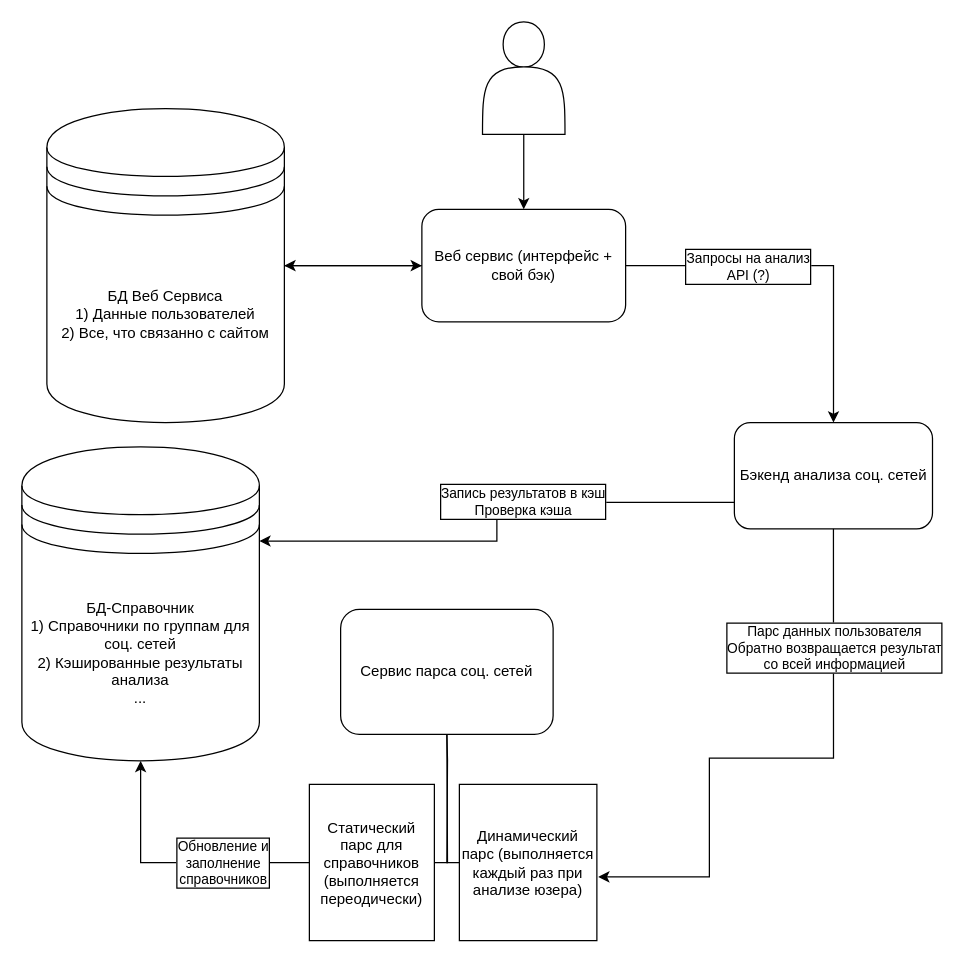
DCDsqd/ldt-sakha-solution-2023 keeps this draw.io diagram as drawio/architecture.drawio. Above is the earlier version. Source tidied: cells renumbered, new cells numbered last; positions are measured from the earlier drawing's top-left corner, leaving out a move shared by most shapes. Both pictures are drawn from the tidied source at 125%, with x=0, y=0 at pixel (21, 21).
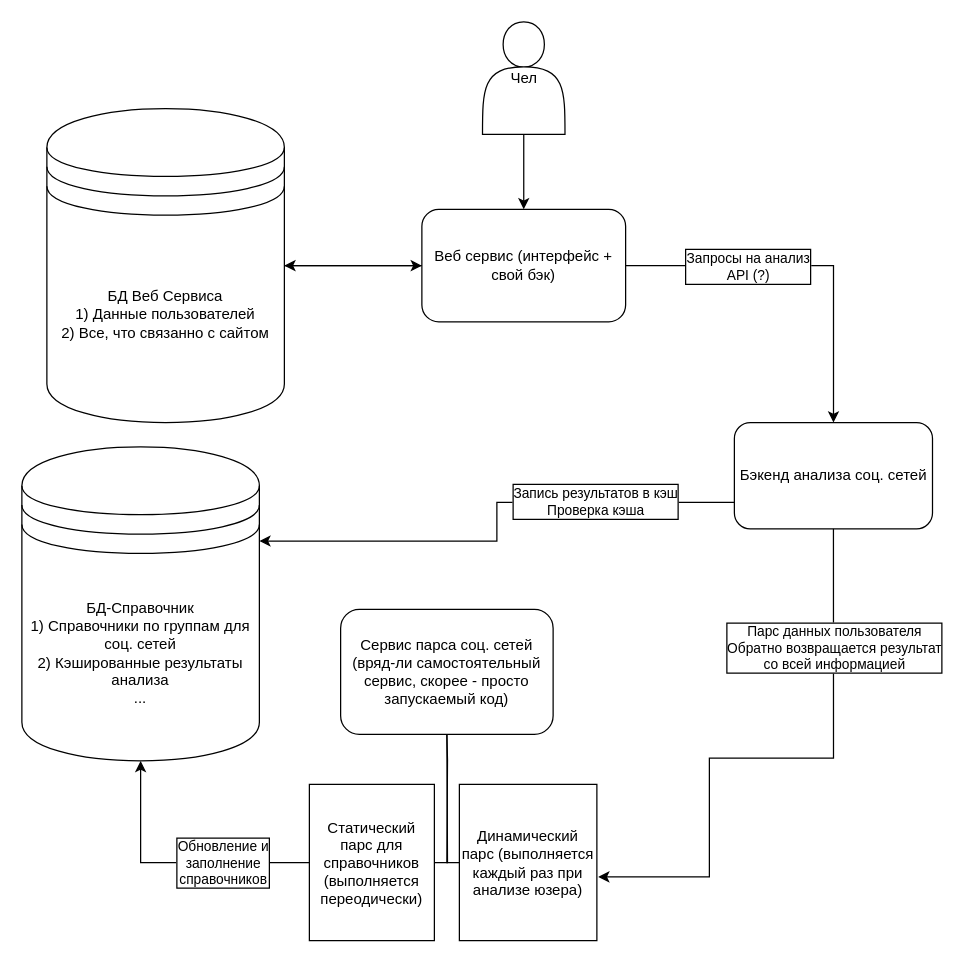
The same page after the edit.

Unchanged cells that the change refers to:
```xml
<mxCell id="9" style="edgeStyle=orthogonalEdgeStyle;rounded=0;jettySize=auto;html=1;exitX=0;exitY=0.75;exitDx=0;exitDy=0;entryX=1;entryY=0.3;entryDx=0;entryDy=0;" parent="1" edge="1" source="11" target="19">
  <mxGeometry relative="1" as="geometry" />
</mxCell>
```

Diff of the diagram source:
```diff
@@
-    <mxCell id="5" style="shape=actor;whiteSpace=wrap;html=1;" parent="1" vertex="1">
+    <mxCell id="5" value="Чел" style="shape=actor;whiteSpace=wrap;html=1;" parent="1" vertex="1">
       <mxGeometry x="368.5" width="66" height="90" as="geometry" />
     </mxCell>
@@
     <mxCell id="10" value="Запись результатов в кэш&lt;br&gt;Проверка кэша" style="edgeLabel;html=1;align=center;verticalAlign=middle;labelBorderColor=default;" parent="9" vertex="1">
-      <mxGeometry x="-0.18" y="-1" relative="1" as="geometry" />
+      <mxGeometry x="-0.18" y="-1" relative="1" as="geometry">
+        <mxPoint x="58" as="offset" />
+      </mxGeometry>
     </mxCell>
@@
-    <mxCell id="12" value="Сервис парса соц. сетей" style="rounded=1;whiteSpace=wrap;html=1;" parent="1" vertex="1">
+    <mxCell id="12" value="Сервис парса соц. сетей&lt;br&gt;(вряд-ли самостоятельный сервис, скорее - просто запускаемый код)" style="rounded=1;whiteSpace=wrap;html=1;" parent="1" vertex="1">
       <mxGeometry x="255" y="470" width="170" height="100" as="geometry" />
     </mxCell>
```
